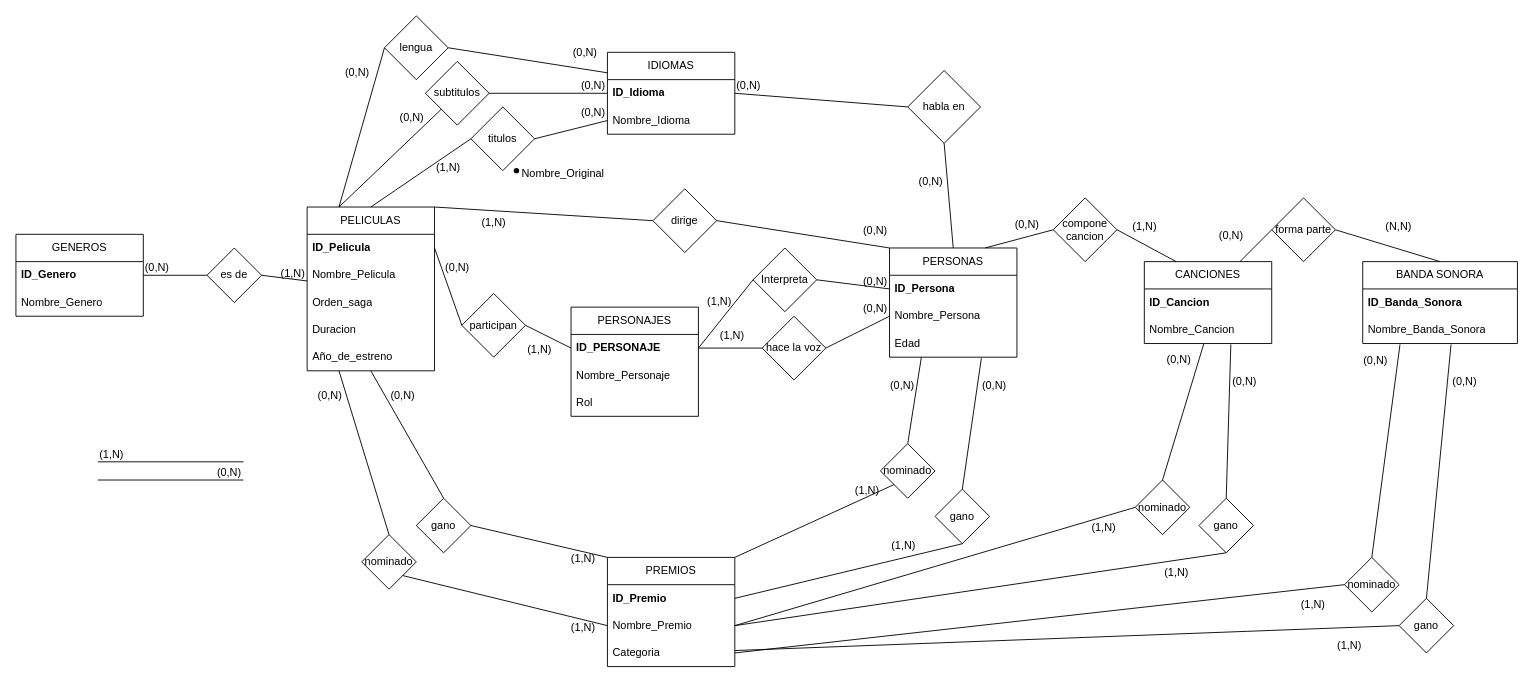
Before: omdb.drawio in kolodani/AUS_Base_de_datos, a draw.io diagram. Source tidied: cells renumbered, new cells numbered last; positions are measured from the earlier drawing's top-left corner, leaving out a move shared by most shapes. Both pictures are drawn from the tidied source at 91%, with x=0, y=0 at pixel (15, 15).
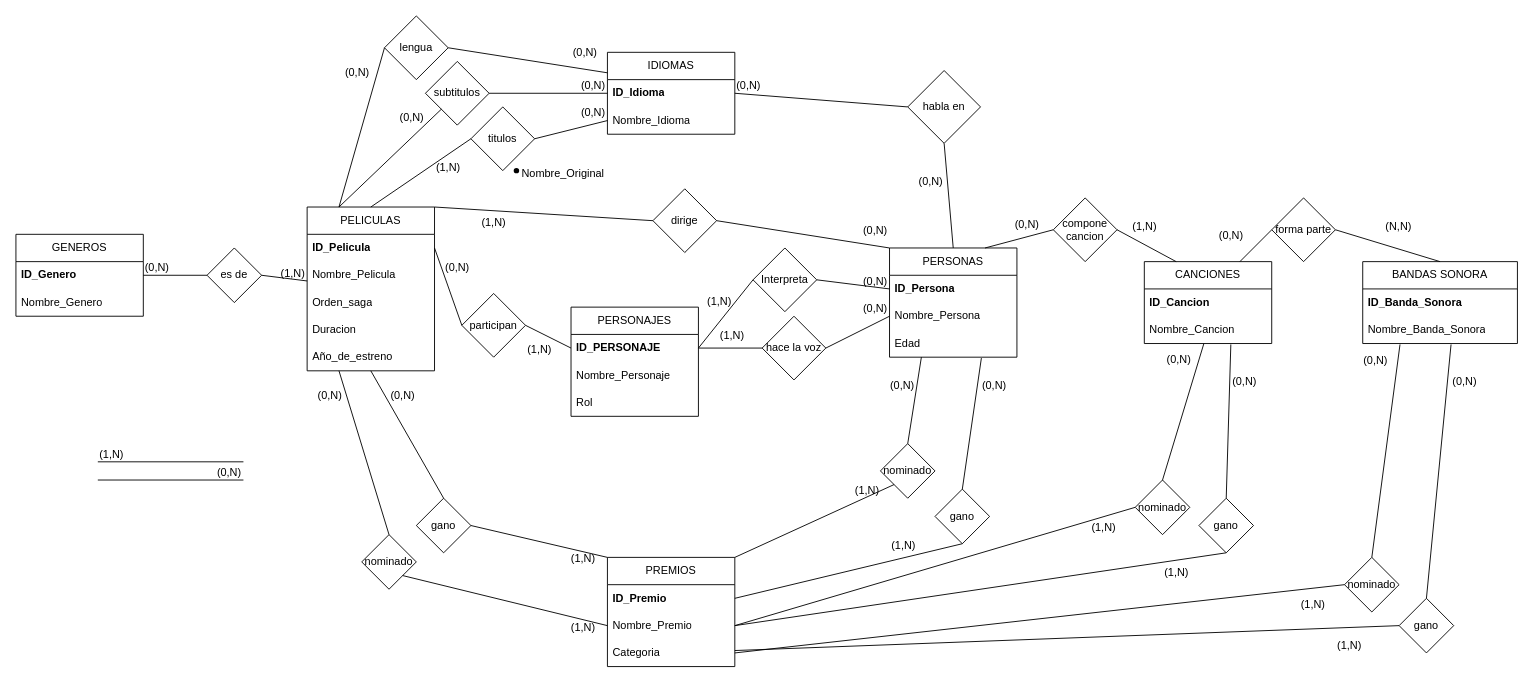
The same page after the edit.

Commit message:
mini correccion

Change to the diagram source:
```diff
@@
-    <mxCell id="39" value="BANDA SONORA" style="swimlane;fontStyle=0;horizontal=1;startSize=30;whiteSpace=wrap;html=1;" parent="1" vertex="1">
+    <mxCell id="39" value="BANDAS SONORA" style="swimlane;fontStyle=0;horizontal=1;startSize=30;whiteSpace=wrap;html=1;" parent="1" vertex="1">
       <mxGeometry x="1480" y="270" width="170" height="90" as="geometry" />
     </mxCell>
```
